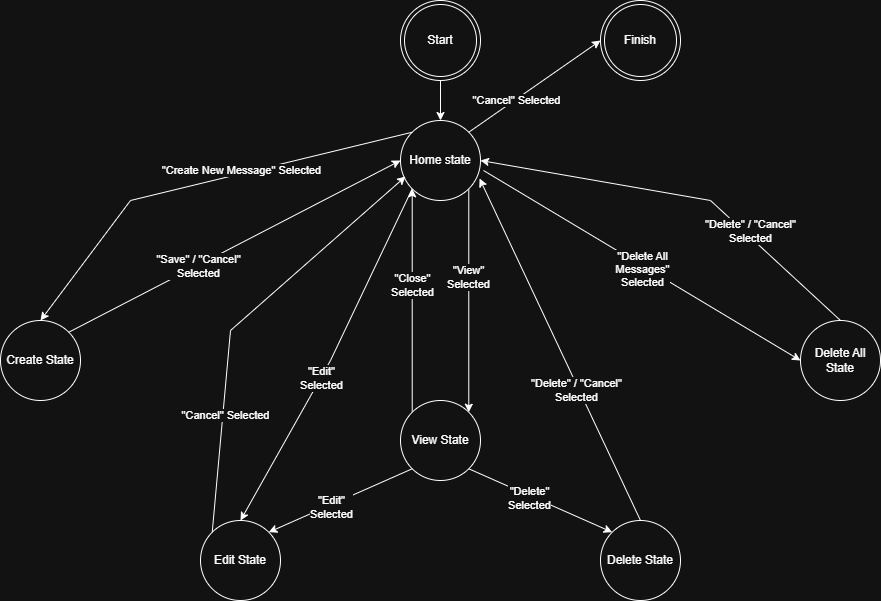
Before: stn.drawio.png, a diagram exported from draw.io (jpelling2006/design). Source tidied: cells renumbered, new cells last; positions are measured from the earlier drawing's top-left corner, leaving out a move shared by most shapes. Source of this version:
```xml
<mxGraphModel>
  <root>
    <mxCell id="0" />
    <mxCell id="1" parent="0" />
    <mxCell id="2" style="edgeStyle=orthogonalEdgeStyle;rounded=0;jettySize=auto;html=1;exitX=1;exitY=1;exitDx=0;exitDy=0;entryX=1;entryY=0;entryDx=0;entryDy=0;" parent="1" edge="1" source="4" target="8">
      <mxGeometry relative="1" as="geometry" />
    </mxCell>
    <mxCell id="3" value="&quot;View&quot;&lt;br&gt;Selected" style="edgeLabel;html=1;align=center;verticalAlign=middle;" parent="2" vertex="1">
      <mxGeometry x="-0.21" y="-1" relative="1" as="geometry" />
    </mxCell>
    <mxCell id="4" value="Home state" style="ellipse;whiteSpace=wrap;html=1;labelBackgroundColor=none;" parent="1" vertex="1">
      <mxGeometry x="400" y="120" width="80" height="80" as="geometry" />
    </mxCell>
    <mxCell id="5" value="Create State" style="ellipse;whiteSpace=wrap;html=1;labelBackgroundColor=none;" parent="1" vertex="1">
      <mxGeometry y="320" width="80" height="80" as="geometry" />
    </mxCell>
    <mxCell id="6" style="edgeStyle=orthogonalEdgeStyle;rounded=0;jettySize=auto;html=1;exitX=0;exitY=0;exitDx=0;exitDy=0;entryX=0;entryY=1;entryDx=0;entryDy=0;" parent="1" edge="1" source="8" target="4">
      <mxGeometry relative="1" as="geometry" />
    </mxCell>
    <mxCell id="7" value="&quot;Close&quot;&lt;br&gt;Selected" style="edgeLabel;html=1;align=center;verticalAlign=middle;" parent="6" vertex="1">
      <mxGeometry x="0.14" relative="1" as="geometry" />
    </mxCell>
    <mxCell id="8" value="View State" style="ellipse;whiteSpace=wrap;html=1;labelBackgroundColor=none;" parent="1" vertex="1">
      <mxGeometry x="400" y="400" width="80" height="80" as="geometry" />
    </mxCell>
    <mxCell id="9" value="Delete State" style="ellipse;whiteSpace=wrap;html=1;labelBackgroundColor=none;" parent="1" vertex="1">
      <mxGeometry x="600" y="520" width="80" height="80" as="geometry" />
    </mxCell>
    <mxCell id="10" value="Delete All State" style="ellipse;whiteSpace=wrap;html=1;labelBackgroundColor=none;" parent="1" vertex="1">
      <mxGeometry x="800" y="320" width="80" height="80" as="geometry" />
    </mxCell>
    <mxCell id="11" value="Edit State" style="ellipse;whiteSpace=wrap;html=1;labelBackgroundColor=none;" parent="1" vertex="1">
      <mxGeometry x="200" y="520" width="80" height="80" as="geometry" />
    </mxCell>
    <mxCell id="12" style="edgeStyle=orthogonalEdgeStyle;rounded=0;jettySize=auto;html=1;" parent="1" edge="1" source="13" target="4">
      <mxGeometry relative="1" as="geometry" />
    </mxCell>
    <mxCell id="13" value="Start" style="ellipse;shape=doubleEllipse;whiteSpace=wrap;html=1;labelBackgroundColor=none;" parent="1" vertex="1">
      <mxGeometry x="400" width="80" height="80" as="geometry" />
    </mxCell>
    <mxCell id="14" value="Finish" style="ellipse;shape=doubleEllipse;whiteSpace=wrap;html=1;labelBackgroundColor=none;" parent="1" vertex="1">
      <mxGeometry x="600" width="80" height="80" as="geometry" />
    </mxCell>
    <mxCell id="15" style="endArrow=classic;html=1;rounded=0;exitX=1;exitY=0;exitDx=0;exitDy=0;entryX=0;entryY=0.5;entryDx=0;entryDy=0;" parent="1" edge="1" source="4" target="14">
      <mxGeometry relative="1" as="geometry" />
    </mxCell>
    <mxCell id="16" value="&quot;Cancel&quot; Selected" style="edgeLabel;html=1;align=center;verticalAlign=middle;" parent="15" vertex="1">
      <mxGeometry x="-0.29" relative="1" as="geometry" />
    </mxCell>
    <mxCell id="17" style="endArrow=classic;html=1;rounded=0;exitX=0;exitY=1;exitDx=0;exitDy=0;entryX=1;entryY=0;entryDx=0;entryDy=0;" parent="1" edge="1" source="8" target="11">
      <mxGeometry relative="1" as="geometry" />
    </mxCell>
    <mxCell id="18" value="&quot;Edit&quot;&lt;br&gt;Selected" style="edgeLabel;html=1;align=center;verticalAlign=middle;" parent="17" vertex="1">
      <mxGeometry x="0.15" y="2" relative="1" as="geometry" />
    </mxCell>
    <mxCell id="19" style="endArrow=classic;html=1;rounded=0;exitX=1;exitY=1;exitDx=0;exitDy=0;entryX=0;entryY=0;entryDx=0;entryDy=0;" parent="1" edge="1" source="8" target="9">
      <mxGeometry relative="1" as="geometry" />
    </mxCell>
    <mxCell id="20" value="&quot;Delete&quot;&lt;br&gt;Selected" style="edgeLabel;html=1;align=center;verticalAlign=middle;" parent="19" vertex="1">
      <mxGeometry x="-0.15" y="-2" relative="1" as="geometry" />
    </mxCell>
    <mxCell id="21" style="endArrow=classic;html=1;rounded=0;exitX=0;exitY=1;exitDx=0;exitDy=0;entryX=0.5;entryY=0;entryDx=0;entryDy=0;" parent="1" edge="1" source="4" target="11">
      <mxGeometry relative="1" as="geometry">
        <Array as="points">
          <mxPoint x="330" y="360" />
        </Array>
      </mxGeometry>
    </mxCell>
    <mxCell id="22" value="&quot;Edit&quot;&lt;br&gt;Selected" style="edgeLabel;html=1;align=center;verticalAlign=middle;" parent="21" vertex="1">
      <mxGeometry x="0.12" relative="1" as="geometry" />
    </mxCell>
    <mxCell id="23" style="endArrow=classic;html=1;rounded=0;exitX=0;exitY=0;exitDx=0;exitDy=0;entryX=0.5;entryY=0;entryDx=0;entryDy=0;" parent="1" edge="1" source="4" target="5">
      <mxGeometry relative="1" as="geometry">
        <Array as="points">
          <mxPoint x="130" y="200" />
        </Array>
      </mxGeometry>
    </mxCell>
    <mxCell id="24" value="&quot;Create New Message&quot; Selected" style="edgeLabel;html=1;align=center;verticalAlign=middle;" parent="23" vertex="1">
      <mxGeometry x="-0.06" y="-1" relative="1" as="geometry">
        <mxPoint x="30" y="-10" as="offset" />
      </mxGeometry>
    </mxCell>
    <mxCell id="25" style="endArrow=classic;html=1;rounded=0;exitX=1;exitY=0;exitDx=0;exitDy=0;entryX=0;entryY=0.5;entryDx=0;entryDy=0;" parent="1" edge="1" source="5" target="4">
      <mxGeometry relative="1" as="geometry" />
    </mxCell>
    <mxCell id="26" value="&quot;Save&quot; / &quot;Cancel&quot;&lt;br&gt;Selected" style="edgeLabel;html=1;align=center;verticalAlign=middle;" parent="25" vertex="1">
      <mxGeometry x="-0.22" relative="1" as="geometry" />
    </mxCell>
    <mxCell id="27" style="endArrow=classic;html=1;rounded=0;exitX=0;exitY=0;exitDx=0;exitDy=0;entryX=0.063;entryY=0.7;entryDx=0;entryDy=0;entryPerimeter=0;" parent="1" edge="1" source="11" target="4">
      <mxGeometry relative="1" as="geometry">
        <Array as="points">
          <mxPoint x="230" y="330" />
        </Array>
      </mxGeometry>
    </mxCell>
    <mxCell id="28" value="&quot;Cancel&quot; Selected" style="edgeLabel;html=1;align=center;verticalAlign=middle;" parent="27" vertex="1">
      <mxGeometry x="-0.46" y="-2" relative="1" as="geometry" />
    </mxCell>
    <mxCell id="29" style="endArrow=classic;html=1;rounded=0;exitX=0.5;exitY=0;exitDx=0;exitDy=0;entryX=0.988;entryY=0.725;entryDx=0;entryDy=0;entryPerimeter=0;" parent="1" edge="1" source="9" target="4">
      <mxGeometry relative="1" as="geometry" />
    </mxCell>
    <mxCell id="30" value="&quot;Delete&quot; / &quot;Cancel&quot;&lt;br&gt;Selected" style="edgeLabel;html=1;align=center;verticalAlign=middle;" parent="29" vertex="1">
      <mxGeometry x="-0.23" y="3" relative="1" as="geometry" />
    </mxCell>
    <mxCell id="31" style="endArrow=classic;html=1;rounded=0;exitX=1.038;exitY=0.625;exitDx=0;exitDy=0;entryX=0;entryY=0.5;entryDx=0;entryDy=0;exitPerimeter=0;" parent="1" edge="1" source="4" target="10">
      <mxGeometry relative="1" as="geometry" />
    </mxCell>
    <mxCell id="32" value="&quot;Delete All&lt;br&gt;Messages&quot;&lt;br&gt;Selected" style="edgeLabel;html=1;align=center;verticalAlign=middle;" parent="31" vertex="1">
      <mxGeometry x="0.01" y="-3" relative="1" as="geometry" />
    </mxCell>
    <mxCell id="33" style="endArrow=classic;html=1;rounded=0;exitX=0.5;exitY=0;exitDx=0;exitDy=0;entryX=1;entryY=0.5;entryDx=0;entryDy=0;" parent="1" edge="1" source="10" target="4">
      <mxGeometry relative="1" as="geometry">
        <Array as="points">
          <mxPoint x="710" y="200" />
        </Array>
      </mxGeometry>
    </mxCell>
    <mxCell id="34" value="&quot;Delete&quot; / &quot;Cancel&quot;&lt;br&gt;Selected" style="edgeLabel;html=1;align=center;verticalAlign=middle;" parent="33" vertex="1">
      <mxGeometry x="-0.38" y="-4" relative="1" as="geometry" />
    </mxCell>
  </root>
</mxGraphModel>
```
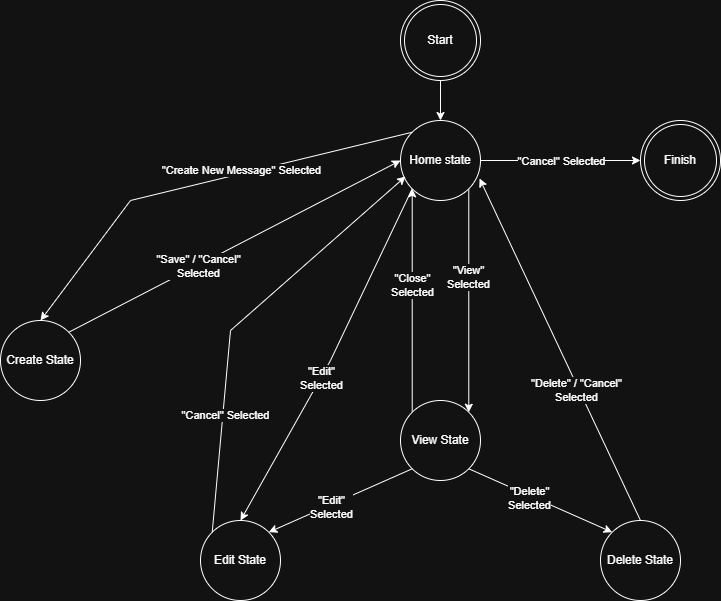
Later version of the same file.

Change to the diagram source:
```diff
@@ -26,9 +26,6 @@
     <mxCell id="9" value="Delete State" style="ellipse;whiteSpace=wrap;html=1;labelBackgroundColor=none;" parent="1" vertex="1">
       <mxGeometry x="600" y="520" width="80" height="80" as="geometry" />
     </mxCell>
-    <mxCell id="10" value="Delete All State" style="ellipse;whiteSpace=wrap;html=1;labelBackgroundColor=none;" parent="1" vertex="1">
-      <mxGeometry x="800" y="320" width="80" height="80" as="geometry" />
-    </mxCell>
     <mxCell id="11" value="Edit State" style="ellipse;whiteSpace=wrap;html=1;labelBackgroundColor=none;" parent="1" vertex="1">
       <mxGeometry x="200" y="520" width="80" height="80" as="geometry" />
     </mxCell>
@@ -39,13 +36,15 @@
       <mxGeometry x="400" width="80" height="80" as="geometry" />
     </mxCell>
     <mxCell id="14" value="Finish" style="ellipse;shape=doubleEllipse;whiteSpace=wrap;html=1;labelBackgroundColor=none;" parent="1" vertex="1">
-      <mxGeometry x="600" width="80" height="80" as="geometry" />
+      <mxGeometry x="640" y="120" width="80" height="80" as="geometry" />
     </mxCell>
-    <mxCell id="15" style="endArrow=classic;html=1;rounded=0;exitX=1;exitY=0;exitDx=0;exitDy=0;entryX=0;entryY=0.5;entryDx=0;entryDy=0;" parent="1" edge="1" source="4" target="14">
+    <mxCell id="15" style="endArrow=classic;html=1;rounded=0;exitX=1;exitY=0.5;exitDx=0;exitDy=0;entryX=0;entryY=0.5;entryDx=0;entryDy=0;" parent="1" edge="1" source="4" target="14">
       <mxGeometry relative="1" as="geometry" />
     </mxCell>
     <mxCell id="16" value="&quot;Cancel&quot; Selected" style="edgeLabel;html=1;align=center;verticalAlign=middle;" parent="15" vertex="1">
-      <mxGeometry x="-0.29" relative="1" as="geometry" />
+      <mxGeometry x="-0.29" relative="1" as="geometry">
+        <mxPoint x="23" as="offset" />
+      </mxGeometry>
     </mxCell>
     <mxCell id="17" style="endArrow=classic;html=1;rounded=0;exitX=0;exitY=1;exitDx=0;exitDy=0;entryX=1;entryY=0;entryDx=0;entryDy=0;" parent="1" edge="1" source="8" target="11">
       <mxGeometry relative="1" as="geometry" />
@@ -103,21 +102,5 @@
     <mxCell id="30" value="&quot;Delete&quot; / &quot;Cancel&quot;&lt;br&gt;Selected" style="edgeLabel;html=1;align=center;verticalAlign=middle;" parent="29" vertex="1">
       <mxGeometry x="-0.23" y="3" relative="1" as="geometry" />
     </mxCell>
-    <mxCell id="31" style="endArrow=classic;html=1;rounded=0;exitX=1.038;exitY=0.625;exitDx=0;exitDy=0;entryX=0;entryY=0.5;entryDx=0;entryDy=0;exitPerimeter=0;" parent="1" edge="1" source="4" target="10">
-      <mxGeometry relative="1" as="geometry" />
-    </mxCell>
-    <mxCell id="32" value="&quot;Delete All&lt;br&gt;Messages&quot;&lt;br&gt;Selected" style="edgeLabel;html=1;align=center;verticalAlign=middle;" parent="31" vertex="1">
-      <mxGeometry x="0.01" y="-3" relative="1" as="geometry" />
-    </mxCell>
-    <mxCell id="33" style="endArrow=classic;html=1;rounded=0;exitX=0.5;exitY=0;exitDx=0;exitDy=0;entryX=1;entryY=0.5;entryDx=0;entryDy=0;" parent="1" edge="1" source="10" target="4">
-      <mxGeometry relative="1" as="geometry">
-        <Array as="points">
-          <mxPoint x="710" y="200" />
-        </Array>
-      </mxGeometry>
-    </mxCell>
-    <mxCell id="34" value="&quot;Delete&quot; / &quot;Cancel&quot;&lt;br&gt;Selected" style="edgeLabel;html=1;align=center;verticalAlign=middle;" parent="33" vertex="1">
-      <mxGeometry x="-0.38" y="-4" relative="1" as="geometry" />
-    </mxCell>
   </root>
 </mxGraphModel>
```
